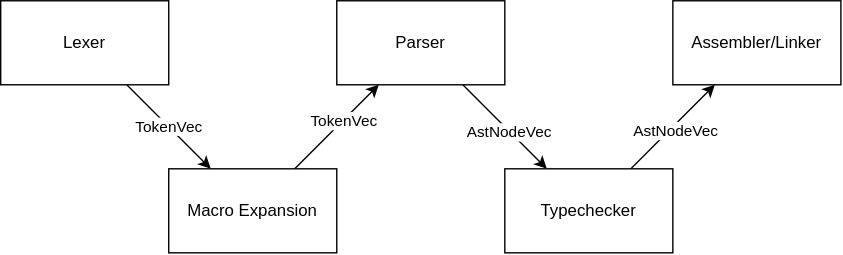
Earlier version of the draw.io export design.drawio.svg (A1Liu/tci). Source tidied: cells renumbered, new cells last; positions are measured from the earlier drawing's top-left corner, leaving out a move shared by most shapes.
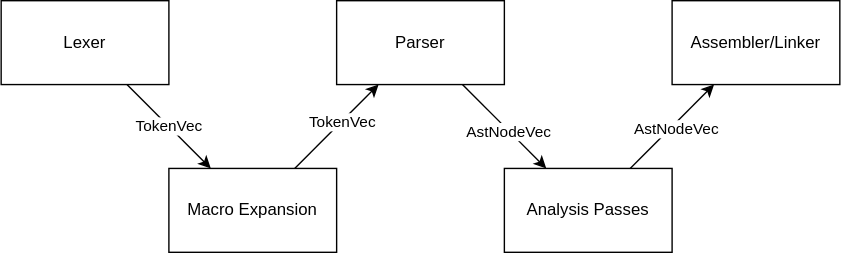
After the change.

The edit, as a diff of the source:
```diff
@@ -36,7 +36,7 @@
         <mxPoint x="1" as="offset" />
       </mxGeometry>
     </mxCell>
-    <mxCell id="12" value="Typechecker" style="whiteSpace=wrap;html=1;" parent="1" vertex="1">
+    <mxCell id="12" value="Analysis Passes" style="whiteSpace=wrap;html=1;" parent="1" vertex="1">
       <mxGeometry x="360" y="120" width="120" height="60" as="geometry" />
     </mxCell>
     <mxCell id="13" value="Assembler/Linker" style="whiteSpace=wrap;html=1;" parent="1" vertex="1">
```
